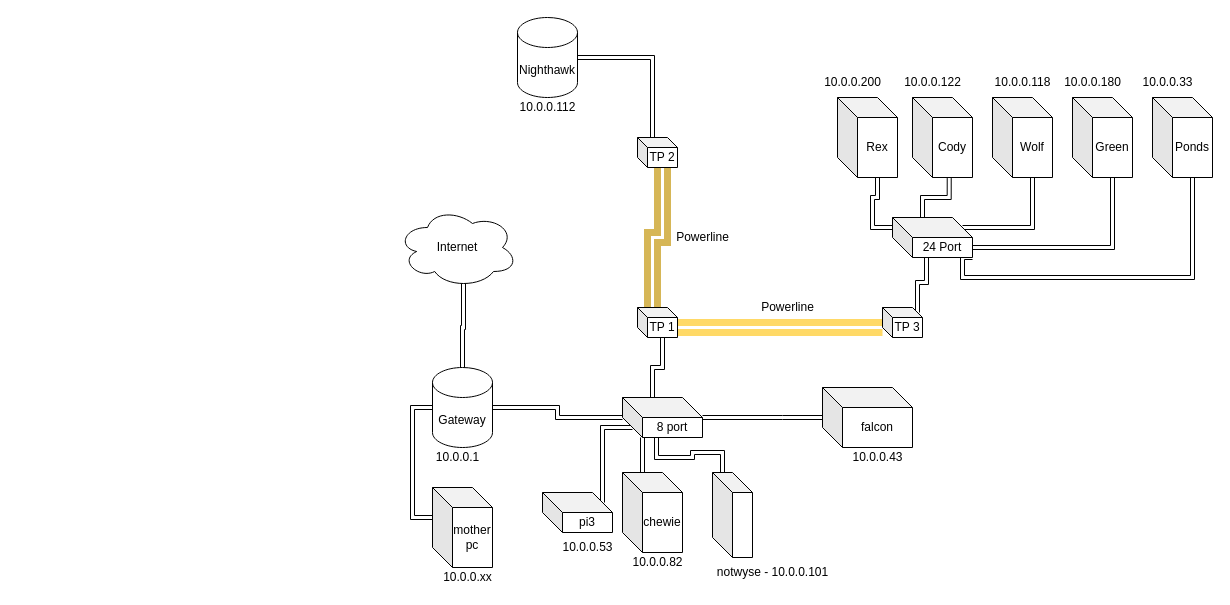
This is infrastructure.drawio from SomethingGeneric/SomethingGeneric, a draw.io file, before an edit. Source tidied: cells renumbered, new cells numbered last; positions are measured from the earlier drawing's top-left corner, leaving out a move shared by most shapes. Both pictures are drawn from the tidied source at 100%, with x=0, y=0 at pixel (397, 17).
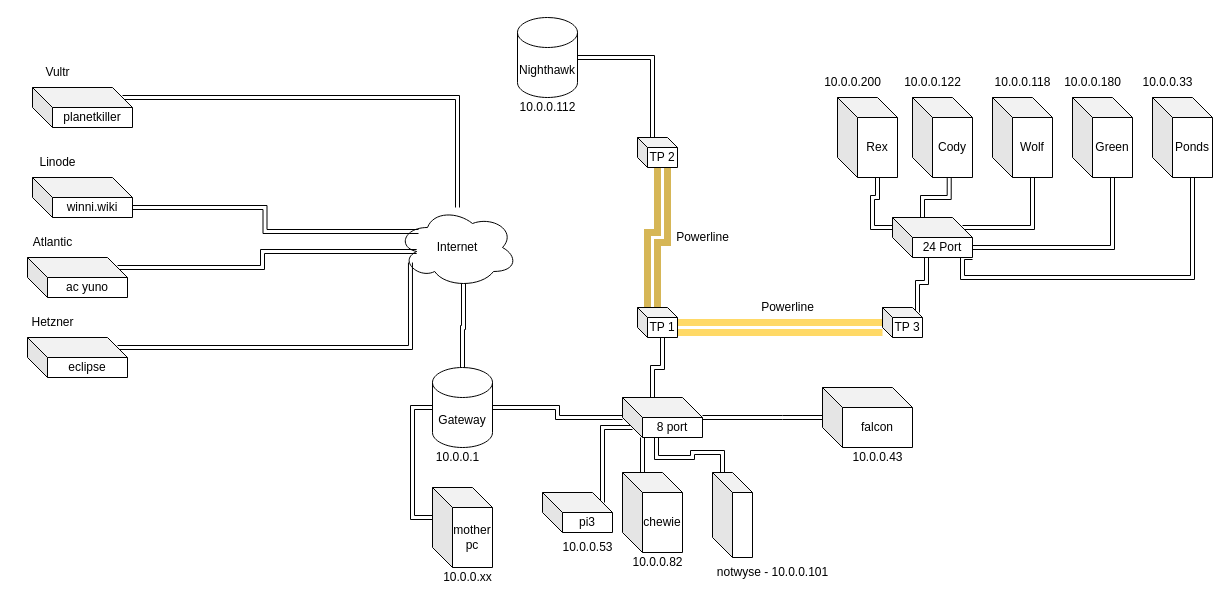
Above is the later version.

Unchanged cells that the change refers to:
```xml
<mxCell id="23" value="Internet" style="ellipse;shape=cloud;whiteSpace=wrap;html=1;" parent="1" vertex="1">
  <mxGeometry y="190" width="120" height="80" as="geometry" />
</mxCell>
```

What changed in the source:
```diff
@@
+    <mxCell id="51" style="edgeStyle=orthogonalEdgeStyle;shape=link;rounded=0;jettySize=auto;html=1;exitX=0;exitY=0;exitDx=90;exitDy=10;exitPerimeter=0;" parent="1" edge="1" source="52" target="23">
+      <mxGeometry relative="1" as="geometry" />
+    </mxCell>
+    <mxCell id="52" value="&lt;div&gt;planetkiller&lt;/div&gt;" style="shape=cube;whiteSpace=wrap;html=1;boundedLbl=1;backgroundOutline=1;darkOpacity=0.05;darkOpacity2=0.1;" parent="1" vertex="1">
+      <mxGeometry x="-365" y="70" width="100" height="40" as="geometry" />
+    </mxCell>
+    <mxCell id="53" value="&lt;div&gt;Vultr&lt;br&gt;&lt;/div&gt;" style="text;html=1;align=center;verticalAlign=middle;strokeColor=none;fillColor=none;" parent="1" vertex="1">
+      <mxGeometry x="-365" y="40" width="50" height="30" as="geometry" />
+    </mxCell>
+    <mxCell id="54" style="edgeStyle=orthogonalEdgeStyle;shape=link;rounded=0;jettySize=auto;html=1;exitX=0;exitY=0;exitDx=100;exitDy=30;exitPerimeter=0;entryX=0.175;entryY=0.3;entryDx=0;entryDy=0;entryPerimeter=0;" parent="1" edge="1" source="55" target="23">
+      <mxGeometry relative="1" as="geometry" />
+    </mxCell>
+    <mxCell id="55" value="&lt;div&gt;winni.wiki&lt;/div&gt;" style="shape=cube;whiteSpace=wrap;html=1;boundedLbl=1;backgroundOutline=1;darkOpacity=0.05;darkOpacity2=0.1;" parent="1" vertex="1">
+      <mxGeometry x="-365" y="160" width="100" height="40" as="geometry" />
+    </mxCell>
+    <mxCell id="56" value="Linode" style="text;html=1;align=center;verticalAlign=middle;strokeColor=none;fillColor=none;" parent="1" vertex="1">
+      <mxGeometry x="-370" y="130" width="60" height="30" as="geometry" />
+    </mxCell>
+    <mxCell id="57" style="edgeStyle=orthogonalEdgeStyle;shape=link;rounded=0;jettySize=auto;html=1;exitX=0;exitY=0;exitDx=90;exitDy=10;exitPerimeter=0;entryX=0.16;entryY=0.55;entryDx=0;entryDy=0;entryPerimeter=0;" parent="1" edge="1" source="58" target="23">
+      <mxGeometry relative="1" as="geometry" />
+    </mxCell>
+    <mxCell id="58" value="ac yuno" style="shape=cube;whiteSpace=wrap;html=1;boundedLbl=1;backgroundOutline=1;darkOpacity=0.05;darkOpacity2=0.1;" parent="1" vertex="1">
+      <mxGeometry x="-370" y="240" width="100" height="40" as="geometry" />
+    </mxCell>
+    <mxCell id="59" value="Atlantic" style="text;html=1;align=center;verticalAlign=middle;strokeColor=none;fillColor=none;" parent="1" vertex="1">
+      <mxGeometry x="-375" y="210" width="60" height="30" as="geometry" />
+    </mxCell>
+    <mxCell id="60" style="edgeStyle=orthogonalEdgeStyle;rounded=0;jettySize=auto;html=1;exitX=0;exitY=0;exitDx=90;exitDy=10;exitPerimeter=0;entryX=0.108;entryY=0.688;entryDx=0;entryDy=0;entryPerimeter=0;shape=link;" parent="1" edge="1" source="61" target="23">
+      <mxGeometry relative="1" as="geometry" />
+    </mxCell>
+    <mxCell id="61" value="eclipse" style="shape=cube;whiteSpace=wrap;html=1;boundedLbl=1;backgroundOutline=1;darkOpacity=0.05;darkOpacity2=0.1;" parent="1" vertex="1">
+      <mxGeometry x="-370" y="320" width="100" height="40" as="geometry" />
+    </mxCell>
+    <mxCell id="62" value="Hetzner" style="text;html=1;align=center;verticalAlign=middle;strokeColor=none;fillColor=none;" parent="1" vertex="1">
+      <mxGeometry x="-380" y="290" width="70" height="30" as="geometry" />
+    </mxCell>
```
